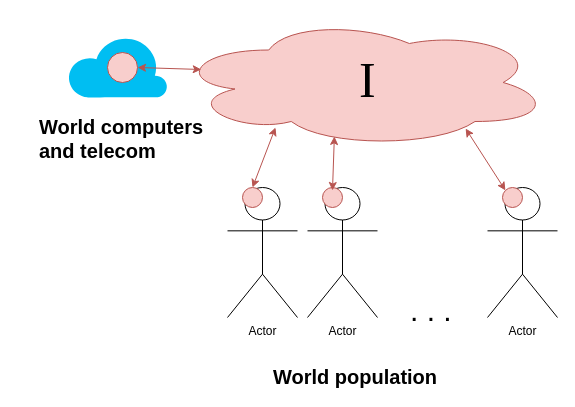
Above: page "I_Overview" (2 of 2) of I4Intelligence.drawio in eduardopenag/I4Intelligence (draw.io), before the change. Source tidied: cells renumbered, new cells numbered last; positions are measured from the earlier drawing's top-left corner, leaving out a move shared by most shapes. Both pictures are drawn from the tidied source at 100%, with x=0, y=0 at pixel (37, 17).
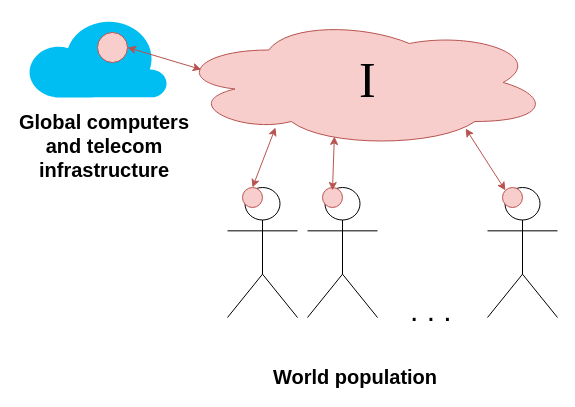
Above is the later version.

Diff of the diagram source:
```diff
@@
 <mxGraphModel>
   <root>
     <mxCell id="0" />
     <mxCell id="1" parent="0" />
     <mxCell id="2" style="ellipse;shape=cloud;whiteSpace=wrap;html=1;fillColor=#f8cecc;strokeColor=#b85450;" parent="1" vertex="1">
       <mxGeometry x="137.5" width="375" height="130" as="geometry" />
     </mxCell>
-    <mxCell id="3" value="Actor" style="shape=umlActor;verticalLabelPosition=bottom;labelBackgroundColor=#ffffff;verticalAlign=top;html=1;" parent="1" vertex="1">
+    <mxCell id="3" style="shape=umlActor;verticalLabelPosition=bottom;labelBackgroundColor=#ffffff;verticalAlign=top;html=1;" parent="1" vertex="1">
       <mxGeometry x="190" y="170" width="70" height="130" as="geometry" />
     </mxCell>
     <mxCell id="4" value="&lt;font style=&quot;font-size: 50px&quot; face=&quot;Garamond&quot;&gt;I&lt;/font&gt;" style="text;html=1;align=left;verticalAlign=top;spacingTop=-4;" parent="1" vertex="1">
       <mxGeometry x="320" y="30" width="30" height="20" as="geometry" />
     </mxCell>
     <mxCell id="5" style="ellipse;whiteSpace=wrap;html=1;fillColor=#f8cecc;strokeColor=#b85450;" parent="1" vertex="1">
       <mxGeometry x="205" y="170" width="20" height="20" as="geometry" />
     </mxCell>
-    <mxCell id="6" value="Actor" style="shape=umlActor;verticalLabelPosition=bottom;labelBackgroundColor=#ffffff;verticalAlign=top;html=1;outlineConnect=0;" parent="1" vertex="1">
+    <mxCell id="6" style="shape=umlActor;verticalLabelPosition=bottom;labelBackgroundColor=#ffffff;verticalAlign=top;html=1;outlineConnect=0;" parent="1" vertex="1">
       <mxGeometry x="270" y="170" width="70" height="130" as="geometry" />
     </mxCell>
     <mxCell id="7" style="ellipse;whiteSpace=wrap;html=1;fillColor=#f8cecc;strokeColor=#b85450;" parent="1" vertex="1">
       <mxGeometry x="285" y="170" width="20" height="20" as="geometry" />
     </mxCell>
-    <mxCell id="8" value="Actor" style="shape=umlActor;verticalLabelPosition=bottom;labelBackgroundColor=#ffffff;verticalAlign=top;html=1;" parent="1" vertex="1">
+    <mxCell id="8" style="shape=umlActor;verticalLabelPosition=bottom;labelBackgroundColor=#ffffff;verticalAlign=top;html=1;" parent="1" vertex="1">
       <mxGeometry x="450" y="170" width="70" height="130" as="geometry" />
     </mxCell>
     <mxCell id="9" style="ellipse;whiteSpace=wrap;html=1;fillColor=#f8cecc;strokeColor=#b85450;" parent="1" vertex="1">
       <mxGeometry x="465" y="170" width="20" height="20" as="geometry" />
     </mxCell>
     <mxCell id="10" value="&lt;font style=&quot;font-size: 30px&quot;&gt;. . .&lt;/font&gt;" style="text;html=1;align=left;verticalAlign=top;spacingTop=-4;" parent="1" vertex="1">
       <mxGeometry x="371" y="273" width="60" height="20" as="geometry" />
     </mxCell>
     <mxCell id="11" style="endArrow=classic;startArrow=classic;html=1;exitX=0.5;exitY=0;exitDx=0;exitDy=0;entryX=0.268;entryY=0.846;entryDx=0;entryDy=0;entryPerimeter=0;fillColor=#f8cecc;strokeColor=#b85450;" parent="1" edge="1" source="5" target="2">
       <mxGeometry relative="1" as="geometry" />
     </mxCell>
     <mxCell id="12" style="endArrow=classic;startArrow=classic;html=1;exitX=0.357;exitY=0.023;exitDx=0;exitDy=0;entryX=0.425;entryY=0.915;entryDx=0;entryDy=0;entryPerimeter=0;fillColor=#f8cecc;strokeColor=#b85450;exitPerimeter=0;" parent="1" edge="1" source="6" target="2">
       <mxGeometry relative="1" as="geometry" />
     </mxCell>
     <mxCell id="13" style="endArrow=classic;startArrow=classic;html=1;exitX=0;exitY=0;exitDx=0;exitDy=0;entryX=0.775;entryY=0.854;entryDx=0;entryDy=0;entryPerimeter=0;fillColor=#f8cecc;strokeColor=#b85450;" parent="1" edge="1" source="9" target="2">
       <mxGeometry relative="1" as="geometry" />
     </mxCell>
     <mxCell id="14" style="verticalLabelPosition=bottom;html=1;verticalAlign=top;align=center;strokeColor=none;fillColor=#00BEF2;shape=mxgraph.azure.cloud;" parent="1" vertex="1">
-      <mxGeometry x="30" y="18" width="100" height="62" as="geometry" />
+      <mxGeometry x="-10" width="140" height="80" as="geometry" />
     </mxCell>
     <mxCell id="15" style="ellipse;whiteSpace=wrap;html=1;fillColor=#f8cecc;strokeColor=#b85450;" parent="1" vertex="1">
-      <mxGeometry x="70" y="35" width="30" height="30" as="geometry" />
+      <mxGeometry x="60" y="15" width="30" height="30" as="geometry" />
     </mxCell>
     <mxCell id="16" style="endArrow=classic;startArrow=classic;html=1;exitX=1;exitY=0.5;exitDx=0;exitDy=0;entryX=0.07;entryY=0.4;entryDx=0;entryDy=0;entryPerimeter=0;fillColor=#f8cecc;strokeColor=#b85450;" parent="1" edge="1" source="15" target="2">
       <mxGeometry relative="1" as="geometry" />
     </mxCell>
     <mxCell id="17" value="&lt;font style=&quot;font-size: 20px&quot;&gt;&lt;b&gt;World population&lt;/b&gt;&lt;/font&gt;" style="text;html=1;align=left;verticalAlign=top;spacingTop=-4;" parent="1" vertex="1">
       <mxGeometry x="234" y="345" width="180" height="20" as="geometry" />
     </mxCell>
-    <mxCell id="18" value="&lt;div&gt;&lt;font style=&quot;font-size: 20px&quot;&gt;&lt;b&gt;World computers &lt;br&gt;&lt;/b&gt;&lt;/font&gt;&lt;/div&gt;&lt;div&gt;&lt;font style=&quot;font-size: 20px&quot;&gt;&lt;b&gt;and telecom &lt;/b&gt;&lt;/font&gt;&lt;/div&gt;" style="text;html=1;align=left;verticalAlign=top;spacingTop=-4;" parent="1" vertex="1">
-      <mxGeometry y="95" width="180" height="30" as="geometry" />
+    <mxCell id="18" value="&lt;div align=&quot;center&quot;&gt;&lt;font style=&quot;font-size: 20px&quot;&gt;&lt;b&gt;Global computers &lt;br&gt;&lt;/b&gt;&lt;/font&gt;&lt;/div&gt;&lt;div align=&quot;center&quot;&gt;&lt;font style=&quot;font-size: 20px&quot;&gt;&lt;b&gt;and telecom &lt;br&gt;&lt;/b&gt;&lt;/font&gt;&lt;/div&gt;&lt;div align=&quot;center&quot;&gt;&lt;font style=&quot;font-size: 20px&quot;&gt;&lt;b&gt;infrastructure &lt;/b&gt;&lt;/font&gt;&lt;/div&gt;" style="text;html=1;align=left;verticalAlign=top;spacingTop=-4;" parent="1" vertex="1">
+      <mxGeometry x="-20" y="90" width="190" height="50" as="geometry" />
     </mxCell>
   </root>
 </mxGraphModel>
```
